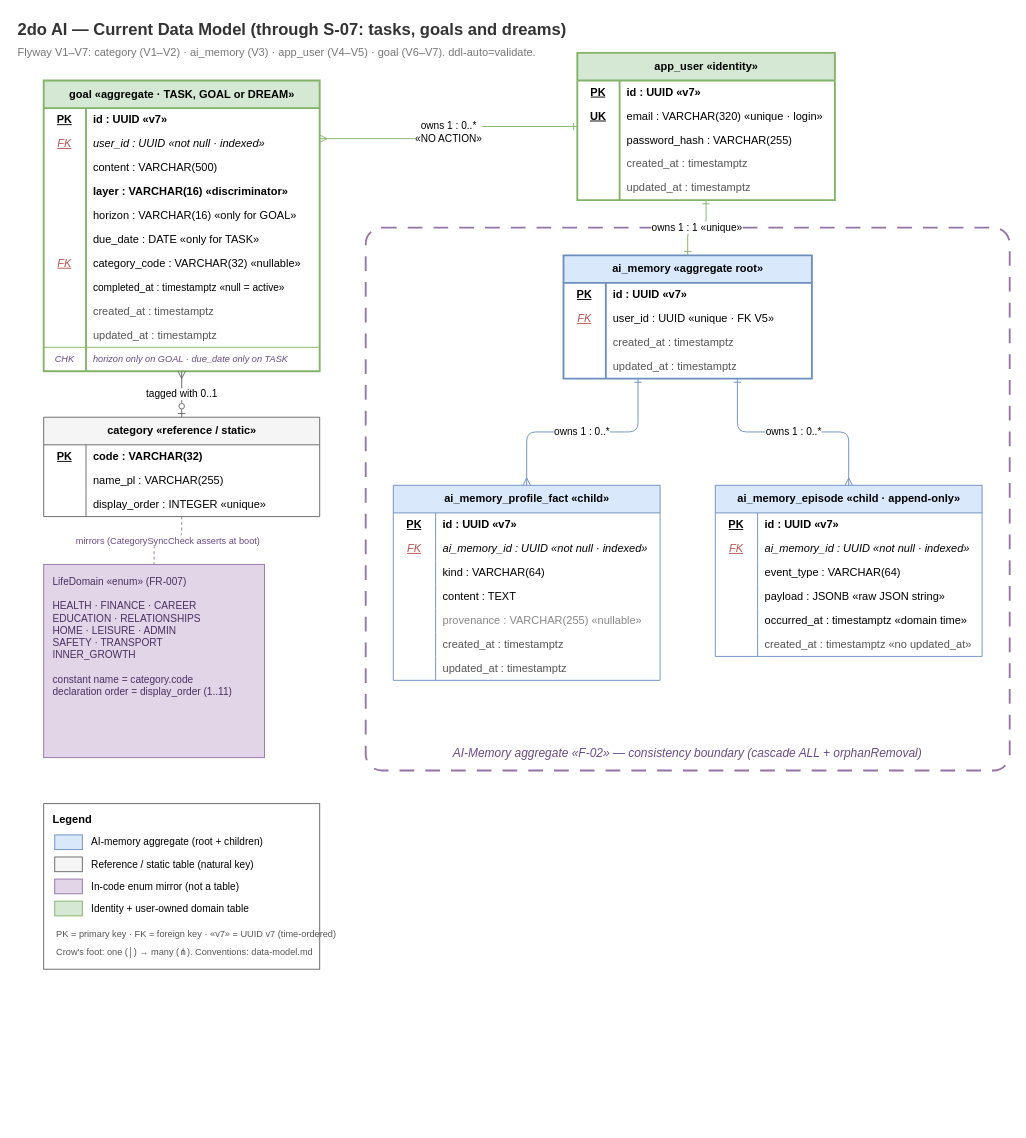
Earlier version of the draw.io diagram context/foundation/data-model-current.drawio (TheDariusz/2doai). Source tidied: cells renumbered, new cells numbered last; positions are measured from the earlier drawing's top-left corner, leaving out a move shared by most shapes. Both pictures are drawn from the tidied source at 92%, with x=0, y=0 at pixel (16, 16).
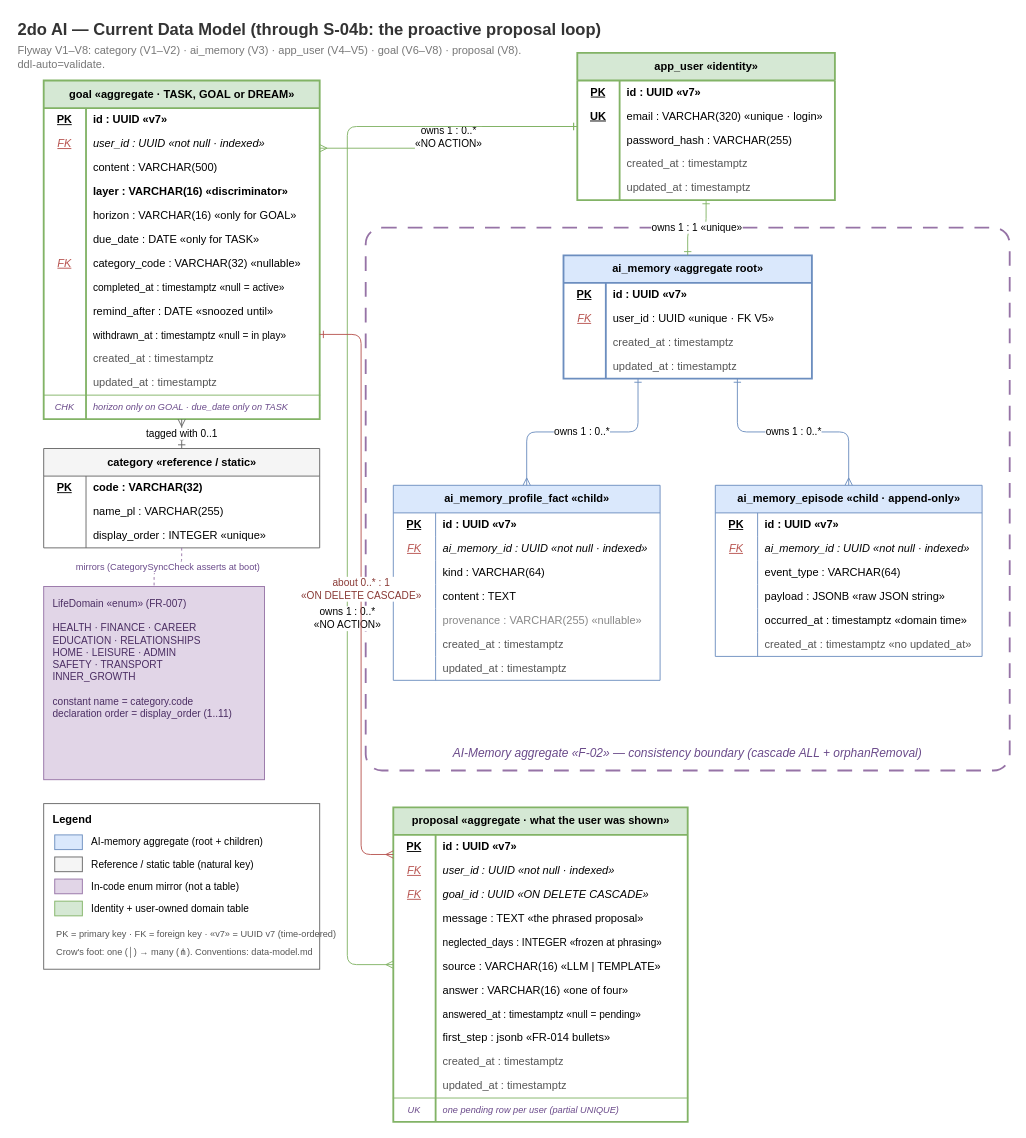
After the change.

Unchanged cells that the change refers to:
```xml
<mxCell id="16" value="app_user  «identity»" style="shape=table;startSize=30;childLayout=tableLayout;rowLines=0;fontStyle=1;align=center;strokeColor=#82b366;strokeWidth=2;fillColor=#d5e8d4;html=1;" parent="1" vertex="1">
  <mxGeometry x="610" y="40" width="280" height="160" as="geometry" />
</mxCell>
```

The edit, as a diff of the source:
```diff
@@
-    <mxCell id="2" value="2do AI — Current Data Model (through S-07: tasks, goals and dreams)" style="text;html=1;align=left;verticalAlign=middle;fontSize=18;fontStyle=1;fontColor=#333333;" parent="1" vertex="1">
+    <mxCell id="2" value="2do AI — Current Data Model (through S-04b: the proactive proposal loop)" style="text;html=1;align=left;verticalAlign=middle;fontSize=18;fontStyle=1;fontColor=#333333;" parent="1" vertex="1">
       <mxGeometry width="760" height="30" as="geometry" />
     </mxCell>
-    <mxCell id="3" value="Flyway V1–V7:  category (V1–V2) · ai_memory (V3) · app_user (V4–V5) · goal (V6–V7).  ddl-auto=validate." style="text;html=1;align=left;verticalAlign=middle;fontSize=12;fontColor=#777777;" parent="1" vertex="1">
-      <mxGeometry y="30" width="600" height="20" as="geometry" />
+    <mxCell id="3" value="Flyway V1–V8:  category (V1–V2) · ai_memory (V3) · app_user (V4–V5) · goal (V6–V8) · proposal (V8).&#10;ddl-auto=validate." style="text;html=1;align=left;verticalAlign=middle;fontSize=12;fontColor=#777777;" parent="1" vertex="1">
+      <mxGeometry y="28" width="600" height="34" as="geometry" />
     </mxCell>
@@
     <mxCell id="5" value="category  «reference / static»" style="shape=table;startSize=30;childLayout=tableLayout;rowLines=0;fontStyle=1;align=center;strokeColor=#666666;fillColor=#f5f5f5;html=1;" parent="1" vertex="1">
-      <mxGeometry x="30" y="436" width="300" height="108" as="geometry" />
+      <mxGeometry x="30" y="470" width="300" height="108" as="geometry" />
     </mxCell>
@@
     <mxCell id="15" value="LifeDomain  «enum»  (FR-007)&#10;&#10;HEALTH · FINANCE · CAREER&#10;EDUCATION · RELATIONSHIPS&#10;HOME · LEISURE · ADMIN&#10;SAFETY · TRANSPORT&#10;INNER_GROWTH&#10;&#10;constant name  =  category.code&#10;declaration order  =  display_order (1..11)" style="rounded=0;whiteSpace=wrap;html=1;fillColor=#e1d5e7;strokeColor=#9673a6;fontColor=#4b2e63;align=left;verticalAlign=top;spacingLeft=8;spacingTop=6;fontSize=11;" parent="1" vertex="1">
-      <mxGeometry x="30" y="596" width="240" height="210" as="geometry" />
+      <mxGeometry x="30" y="620" width="240" height="210" as="geometry" />
     </mxCell>
@@
     <mxCell id="32" value="goal  «aggregate · TASK, GOAL or DREAM»" style="shape=table;startSize=30;childLayout=tableLayout;rowLines=0;fontStyle=1;align=center;strokeColor=#82b366;strokeWidth=2;fillColor=#d5e8d4;html=1;" parent="1" vertex="1">
-      <mxGeometry x="30" y="70" width="300" height="316" as="geometry" />
+      <mxGeometry x="30" y="70" width="300" height="368" as="geometry" />
     </mxCell>
@@
+    <mxCell id="137" style="shape=tableRow;horizontal=0;startSize=0;swimlaneHead=0;swimlaneBody=0;strokeColor=inherit;top=0;left=0;right=0;bottom=0;fillColor=none;fontSize=12;" parent="32" vertex="1">
+      <mxGeometry y="238" width="300" height="26" as="geometry" />
+    </mxCell>
+    <mxCell id="138" style="shape=partialRectangle;html=1;whiteSpace=wrap;strokeColor=inherit;overflow=hidden;fillColor=none;top=0;left=0;bottom=0;right=0;" parent="137" vertex="1">
+      <mxGeometry width="46" height="26" as="geometry" />
+    </mxCell>
+    <mxCell id="139" value="remind_after : DATE  «snoozed until»" style="shape=partialRectangle;html=1;whiteSpace=wrap;strokeColor=inherit;overflow=hidden;fillColor=none;top=0;left=0;bottom=0;right=0;align=left;spacingLeft=6;" parent="137" vertex="1">
+      <mxGeometry x="46" width="254" height="26" as="geometry" />
+    </mxCell>
+    <mxCell id="140" style="shape=tableRow;horizontal=0;startSize=0;swimlaneHead=0;swimlaneBody=0;strokeColor=inherit;top=0;left=0;right=0;bottom=0;fillColor=none;fontSize=12;" parent="32" vertex="1">
+      <mxGeometry y="264" width="300" height="26" as="geometry" />
+    </mxCell>
+    <mxCell id="141" style="shape=partialRectangle;html=1;whiteSpace=wrap;strokeColor=inherit;overflow=hidden;fillColor=none;top=0;left=0;bottom=0;right=0;" parent="140" vertex="1">
+      <mxGeometry width="46" height="26" as="geometry" />
+    </mxCell>
+    <mxCell id="142" value="withdrawn_at : timestamptz  «null = in play»" style="shape=partialRectangle;html=1;whiteSpace=wrap;strokeColor=inherit;overflow=hidden;fillColor=none;top=0;left=0;bottom=0;right=0;align=left;spacingLeft=6;fontSize=11;" parent="140" vertex="1">
+      <mxGeometry x="46" width="254" height="26" as="geometry" />
+    </mxCell>
     <mxCell id="57" style="shape=tableRow;horizontal=0;startSize=0;swimlaneHead=0;swimlaneBody=0;strokeColor=inherit;top=0;left=0;right=0;bottom=0;fillColor=none;fontSize=12;" parent="32" vertex="1">
-      <mxGeometry y="238" width="300" height="26" as="geometry" />
+      <mxGeometry y="290" width="300" height="26" as="geometry" />
     </mxCell>
@@
     <mxCell id="60" style="shape=tableRow;horizontal=0;startSize=0;swimlaneHead=0;swimlaneBody=0;strokeColor=inherit;top=0;left=0;right=0;bottom=0;fillColor=none;fontSize=12;" parent="32" vertex="1">
-      <mxGeometry y="264" width="300" height="26" as="geometry" />
+      <mxGeometry y="316" width="300" height="26" as="geometry" />
     </mxCell>
@@
     <mxCell id="63" style="shape=tableRow;horizontal=0;startSize=0;swimlaneHead=0;swimlaneBody=0;strokeColor=inherit;top=1;left=0;right=0;bottom=0;fillColor=none;fontSize=12;" parent="32" vertex="1">
-      <mxGeometry y="290" width="300" height="26" as="geometry" />
+      <mxGeometry y="342" width="300" height="26" as="geometry" />
     </mxCell>
@@
+    <mxCell id="143" value="proposal  «aggregate · what the user was shown»" style="shape=table;startSize=30;childLayout=tableLayout;rowLines=0;fontStyle=1;align=center;strokeColor=#82b366;strokeWidth=2;fillColor=#d5e8d4;html=1;" parent="1" vertex="1">
+      <mxGeometry x="410" y="860" width="320" height="342" as="geometry" />
+    </mxCell>
+    <mxCell id="144" style="shape=tableRow;horizontal=0;startSize=0;swimlaneHead=0;swimlaneBody=0;strokeColor=inherit;top=0;left=0;right=0;bottom=0;fillColor=none;fontSize=12;" parent="143" vertex="1">
+      <mxGeometry y="30" width="320" height="26" as="geometry" />
+    </mxCell>
+    <mxCell id="145" value="PK" style="shape=partialRectangle;html=1;whiteSpace=wrap;strokeColor=inherit;overflow=hidden;fillColor=none;top=0;left=0;bottom=0;right=0;fontStyle=5;align=center;" parent="144" vertex="1">
+      <mxGeometry width="46" height="26" as="geometry" />
+    </mxCell>
+    <mxCell id="146" value="id : UUID  «v7»" style="shape=partialRectangle;html=1;whiteSpace=wrap;strokeColor=inherit;overflow=hidden;fillColor=none;top=0;left=0;bottom=0;right=0;align=left;spacingLeft=6;fontStyle=1;" parent="144" vertex="1">
+      <mxGeometry x="46" width="274" height="26" as="geometry" />
+    </mxCell>
+    <mxCell id="147" style="shape=tableRow;horizontal=0;startSize=0;swimlaneHead=0;swimlaneBody=0;strokeColor=inherit;top=0;left=0;right=0;bottom=0;fillColor=none;fontSize=12;" parent="143" vertex="1">
+      <mxGeometry y="56" width="320" height="26" as="geometry" />
+    </mxCell>
+    <mxCell id="148" value="FK" style="shape=partialRectangle;html=1;whiteSpace=wrap;strokeColor=inherit;overflow=hidden;fillColor=none;top=0;left=0;bottom=0;right=0;fontStyle=6;align=center;fontColor=#b85450;" parent="147" vertex="1">
+      <mxGeometry width="46" height="26" as="geometry" />
+    </mxCell>
+    <mxCell id="149" value="user_id : UUID  «not null · indexed»" style="shape=partialRectangle;html=1;whiteSpace=wrap;strokeColor=inherit;overflow=hidden;fillColor=none;top=0;left=0;bottom=0;right=0;align=left;spacingLeft=6;fontStyle=2;" parent="147" vertex="1">
+      <mxGeometry x="46" width="274" height="26" as="geometry" />
+    </mxCell>
+    <mxCell id="150" style="shape=tableRow;horizontal=0;startSize=0;swimlaneHead=0;swimlaneBody=0;strokeColor=inherit;top=0;left=0;right=0;bottom=0;fillColor=none;fontSize=12;" parent="143" vertex="1">
+      <mxGeometry y="82" width="320" height="26" as="geometry" />
+    </mxCell>
+    <mxCell id="151" value="FK" style="shape=partialRectangle;html=1;whiteSpace=wrap;strokeColor=inherit;overflow=hidden;fillColor=none;top=0;left=0;bottom=0;right=0;fontStyle=6;align=center;fontColor=#b85450;" parent="150" vertex="1">
+      <mxGeometry width="46" height="26" as="geometry" />
+    </mxCell>
+    <mxCell id="152" value="goal_id : UUID  «ON DELETE CASCADE»" style="shape=partialRectangle;html=1;whiteSpace=wrap;strokeColor=inherit;overflow=hidden;fillColor=none;top=0;left=0;bottom=0;right=0;align=left;spacingLeft=6;fontStyle=2;" parent="150" vertex="1">
+      <mxGeometry x="46" width="274" height="26" as="geometry" />
+    </mxCell>
+    <mxCell id="153" style="shape=tableRow;horizontal=0;startSize=0;swimlaneHead=0;swimlaneBody=0;strokeColor=inherit;top=0;left=0;right=0;bottom=0;fillColor=none;fontSize=12;" parent="143" vertex="1">
+      <mxGeometry y="108" width="320" height="26" as="geometry" />
+    </mxCell>
+    <mxCell id="154" style="shape=partialRectangle;html=1;whiteSpace=wrap;strokeColor=inherit;overflow=hidden;fillColor=none;top=0;left=0;bottom=0;right=0;" parent="153" vertex="1">
+      <mxGeometry width="46" height="26" as="geometry" />
+    </mxCell>
+    <mxCell id="155" value="message : TEXT  «the phrased proposal»" style="shape=partialRectangle;html=1;whiteSpace=wrap;strokeColor=inherit;overflow=hidden;fillColor=none;top=0;left=0;bottom=0;right=0;align=left;spacingLeft=6;" parent="153" vertex="1">
+      <mxGeometry x="46" width="274" height="26" as="geometry" />
+    </mxCell>
+    <mxCell id="156" style="shape=tableRow;horizontal=0;startSize=0;swimlaneHead=0;swimlaneBody=0;strokeColor=inherit;top=0;left=0;right=0;bottom=0;fillColor=none;fontSize=12;" parent="143" vertex="1">
+      <mxGeometry y="134" width="320" height="26" as="geometry" />
+    </mxCell>
+    <mxCell id="157" style="shape=partialRectangle;html=1;whiteSpace=wrap;strokeColor=inherit;overflow=hidden;fillColor=none;top=0;left=0;bottom=0;right=0;" parent="156" vertex="1">
+      <mxGeometry width="46" height="26" as="geometry" />
+    </mxCell>
+    <mxCell id="158" value="neglected_days : INTEGER  «frozen at phrasing»" style="shape=partialRectangle;html=1;whiteSpace=wrap;strokeColor=inherit;overflow=hidden;fillColor=none;top=0;left=0;bottom=0;right=0;align=left;spacingLeft=6;fontSize=11;" parent="156" vertex="1">
+      <mxGeometry x="46" width="274" height="26" as="geometry" />
+    </mxCell>
+    <mxCell id="159" style="shape=tableRow;horizontal=0;startSize=0;swimlaneHead=0;swimlaneBody=0;strokeColor=inherit;top=0;left=0;right=0;bottom=0;fillColor=none;fontSize=12;" parent="143" vertex="1">
+      <mxGeometry y="160" width="320" height="26" as="geometry" />
+    </mxCell>
+    <mxCell id="160" style="shape=partialRectangle;html=1;whiteSpace=wrap;strokeColor=inherit;overflow=hidden;fillColor=none;top=0;left=0;bottom=0;right=0;" parent="159" vertex="1">
+      <mxGeometry width="46" height="26" as="geometry" />
+    </mxCell>
+    <mxCell id="161" value="source : VARCHAR(16)  «LLM | TEMPLATE»" style="shape=partialRectangle;html=1;whiteSpace=wrap;strokeColor=inherit;overflow=hidden;fillColor=none;top=0;left=0;bottom=0;right=0;align=left;spacingLeft=6;" parent="159" vertex="1">
+      <mxGeometry x="46" width="274" height="26" as="geometry" />
+    </mxCell>
+    <mxCell id="162" style="shape=tableRow;horizontal=0;startSize=0;swimlaneHead=0;swimlaneBody=0;strokeColor=inherit;top=0;left=0;right=0;bottom=0;fillColor=none;fontSize=12;" parent="143" vertex="1">
+      <mxGeometry y="186" width="320" height="26" as="geometry" />
+    </mxCell>
+    <mxCell id="163" style="shape=partialRectangle;html=1;whiteSpace=wrap;strokeColor=inherit;overflow=hidden;fillColor=none;top=0;left=0;bottom=0;right=0;" parent="162" vertex="1">
+      <mxGeometry width="46" height="26" as="geometry" />
+    </mxCell>
+    <mxCell id="164" value="answer : VARCHAR(16)  «one of four»" style="shape=partialRectangle;html=1;whiteSpace=wrap;strokeColor=inherit;overflow=hidden;fillColor=none;top=0;left=0;bottom=0;right=0;align=left;spacingLeft=6;" parent="162" vertex="1">
+      <mxGeometry x="46" width="274" height="26" as="geometry" />
+    </mxCell>
+    <mxCell id="165" style="shape=tableRow;horizontal=0;startSize=0;swimlaneHead=0;swimlaneBody=0;strokeColor=inherit;top=0;left=0;right=0;bottom=0;fillColor=none;fontSize=12;" parent="143" vertex="1">
+      <mxGeometry y="212" width="320" height="26" as="geometry" />
+    </mxCell>
+    <mxCell id="166" style="shape=partialRectangle;html=1;whiteSpace=wrap;strokeColor=inherit;overflow=hidden;fillColor=none;top=0;left=0;bottom=0;right=0;" parent="165" vertex="1">
+      <mxGeometry width="46" height="26" as="geometry" />
+    </mxCell>
+    <mxCell id="167" value="answered_at : timestamptz  «null = pending»" style="shape=partialRectangle;html=1;whiteSpace=wrap;strokeColor=inherit;overflow=hidden;fillColor=none;top=0;left=0;bottom=0;right=0;align=left;spacingLeft=6;fontSize=11;" parent="165" vertex="1">
+      <mxGeometry x="46" width="274" height="26" as="geometry" />
+    </mxCell>
+    <mxCell id="168" style="shape=tableRow;horizontal=0;startSize=0;swimlaneHead=0;swimlaneBody=0;strokeColor=inherit;top=0;left=0;right=0;bottom=0;fillColor=none;fontSize=12;" parent="143" vertex="1">
+      <mxGeometry y="238" width="320" height="26" as="geometry" />
+    </mxCell>
+    <mxCell id="169" style="shape=partialRectangle;html=1;whiteSpace=wrap;strokeColor=inherit;overflow=hidden;fillColor=none;top=0;left=0;bottom=0;right=0;" parent="168" vertex="1">
+      <mxGeometry width="46" height="26" as="geometry" />
+    </mxCell>
+    <mxCell id="170" value="first_step : jsonb  «FR-014 bullets»" style="shape=partialRectangle;html=1;whiteSpace=wrap;strokeColor=inherit;overflow=hidden;fillColor=none;top=0;left=0;bottom=0;right=0;align=left;spacingLeft=6;" parent="168" vertex="1">
+      <mxGeometry x="46" width="274" height="26" as="geometry" />
+    </mxCell>
+    <mxCell id="171" style="shape=tableRow;horizontal=0;startSize=0;swimlaneHead=0;swimlaneBody=0;strokeColor=inherit;top=0;left=0;right=0;bottom=0;fillColor=none;fontSize=12;" parent="143" vertex="1">
+      <mxGeometry y="264" width="320" height="26" as="geometry" />
+    </mxCell>
+    <mxCell id="172" style="shape=partialRectangle;html=1;whiteSpace=wrap;strokeColor=inherit;overflow=hidden;fillColor=none;top=0;left=0;bottom=0;right=0;" parent="171" vertex="1">
+      <mxGeometry width="46" height="26" as="geometry" />
+    </mxCell>
+    <mxCell id="173" value="created_at : timestamptz" style="shape=partialRectangle;html=1;whiteSpace=wrap;strokeColor=inherit;overflow=hidden;fillColor=none;top=0;left=0;bottom=0;right=0;align=left;spacingLeft=6;fontColor=#555555;" parent="171" vertex="1">
+      <mxGeometry x="46" width="274" height="26" as="geometry" />
+    </mxCell>
+    <mxCell id="174" style="shape=tableRow;horizontal=0;startSize=0;swimlaneHead=0;swimlaneBody=0;strokeColor=inherit;top=0;left=0;right=0;bottom=0;fillColor=none;fontSize=12;" parent="143" vertex="1">
+      <mxGeometry y="290" width="320" height="26" as="geometry" />
+    </mxCell>
+    <mxCell id="175" style="shape=partialRectangle;html=1;whiteSpace=wrap;strokeColor=inherit;overflow=hidden;fillColor=none;top=0;left=0;bottom=0;right=0;" parent="174" vertex="1">
+      <mxGeometry width="46" height="26" as="geometry" />
+    </mxCell>
+    <mxCell id="176" value="updated_at : timestamptz" style="shape=partialRectangle;html=1;whiteSpace=wrap;strokeColor=inherit;overflow=hidden;fillColor=none;top=0;left=0;bottom=0;right=0;align=left;spacingLeft=6;fontColor=#555555;" parent="174" vertex="1">
+      <mxGeometry x="46" width="274" height="26" as="geometry" />
+    </mxCell>
+    <mxCell id="177" style="shape=tableRow;horizontal=0;startSize=0;swimlaneHead=0;swimlaneBody=0;strokeColor=inherit;top=1;left=0;right=0;bottom=0;fillColor=none;fontSize=12;" parent="143" vertex="1">
+      <mxGeometry y="316" width="320" height="26" as="geometry" />
+    </mxCell>
+    <mxCell id="178" value="UK" style="shape=partialRectangle;html=1;whiteSpace=wrap;strokeColor=inherit;overflow=hidden;fillColor=none;top=0;left=0;bottom=0;right=0;fontStyle=2;align=center;fontSize=10;fontColor=#6a4a8a;" parent="177" vertex="1">
+      <mxGeometry width="46" height="26" as="geometry" />
+    </mxCell>
+    <mxCell id="179" value="one pending row per user  (partial UNIQUE)" style="shape=partialRectangle;html=1;whiteSpace=wrap;strokeColor=inherit;overflow=hidden;fillColor=none;top=0;left=0;bottom=0;right=0;align=left;spacingLeft=6;fontStyle=2;fontSize=10;fontColor=#6a4a8a;" parent="177" vertex="1">
+      <mxGeometry x="46" width="274" height="26" as="geometry" />
+    </mxCell>
+    <mxCell id="180" value="owns  1 : 0..*&#10;«NO ACTION»" style="edgeStyle=orthogonalEdgeStyle;rounded=1;jettySize=auto;html=1;startArrow=ERmany;startFill=0;endArrow=ERone;endFill=0;strokeColor=#82b366;fontSize=11;labelBackgroundColor=#ffffff;exitX=0;exitY=0.5;exitDx=0;exitDy=0;entryX=0;entryY=0.5;entryDx=0;entryDy=0;" parent="1" edge="1" source="143" target="16">
+      <mxGeometry relative="1" as="geometry">
+        <Array as="points">
+          <mxPoint x="360" y="1031" />
+          <mxPoint x="360" y="120" />
+        </Array>
+        <mxPoint y="180" as="offset" />
+      </mxGeometry>
+    </mxCell>
+    <mxCell id="181" value="about  0..* : 1&#10;«ON DELETE CASCADE»" style="edgeStyle=orthogonalEdgeStyle;rounded=1;jettySize=auto;html=1;startArrow=ERmany;startFill=0;endArrow=ERone;endFill=0;strokeColor=#b85450;fontColor=#8a3a36;fontSize=11;labelBackgroundColor=#ffffff;exitX=0;exitY=0.15;exitDx=0;exitDy=0;entryX=1;entryY=0.75;entryDx=0;entryDy=0;" parent="1" edge="1" source="143" target="32">
+      <mxGeometry relative="1" as="geometry">
+        <Array as="points">
+          <mxPoint x="375" y="911" />
+          <mxPoint x="375" y="346" />
+        </Array>
+      </mxGeometry>
+    </mxCell>
```
